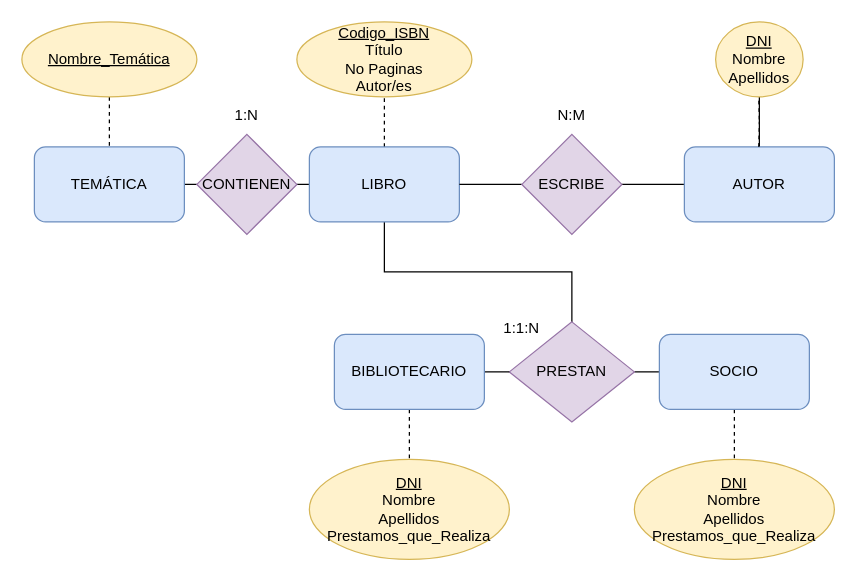
This is Ejercicio3_Tema1.drawio from antonionavarro04/diagramas, a draw.io file, before an edit. Source tidied: cells renumbered, new cells numbered last; positions are measured from the earlier drawing's top-left corner, leaving out a move shared by most shapes. Both pictures are drawn from the tidied source at 125%, with x=0, y=0 at pixel (21, 21).
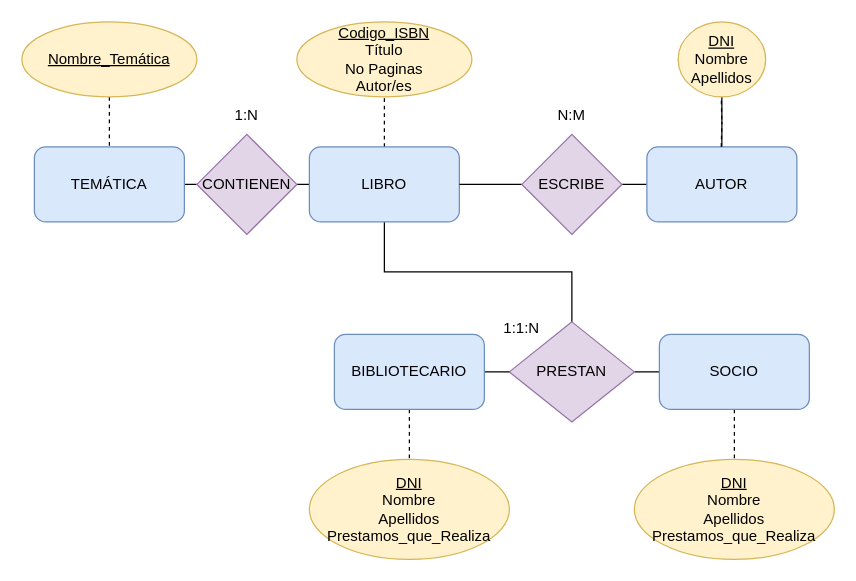
Above is the later version.

The change refers to these unchanged cells:
```xml
<mxCell id="10" value="ESCRIBE" style="rhombus;whiteSpace=wrap;html=1;fillColor=#e1d5e7;strokeColor=#9673a6;rounded=0;" parent="1" vertex="1">
  <mxGeometry x="400" y="90" width="80" height="80" as="geometry" />
</mxCell>
```

Change to the diagram source:
```diff
@@
+    <mxCell id="3" style="edgeStyle=orthogonalEdgeStyle;rounded=0;jettySize=auto;html=1;exitX=0.5;exitY=0;exitDx=0;exitDy=0;entryX=0.5;entryY=1;entryDx=0;entryDy=0;endArrow=none;endFill=0;" parent="1" edge="1" source="4" target="23">
+      <mxGeometry relative="1" as="geometry" />
+    </mxCell>
-    <mxCell id="2" style="edgeStyle=orthogonalEdgeStyle;rounded=0;jettySize=auto;html=1;exitX=0;exitY=0.5;exitDx=0;exitDy=0;entryX=1;entryY=0.5;entryDx=0;entryDy=0;endArrow=none;endFill=0;" parent="1" edge="1" source="4" target="10">
+    <mxCell id="2" style="edgeStyle=orthogonalEdgeStyle;jettySize=auto;html=1;exitX=0;exitY=0.5;exitDx=0;exitDy=0;entryX=1;entryY=0.5;entryDx=0;entryDy=0;endArrow=none;endFill=0;" parent="1" edge="1" source="4" target="10">
       <mxGeometry relative="1" as="geometry" />
     </mxCell>
-    <mxCell id="3" style="edgeStyle=orthogonalEdgeStyle;rounded=0;jettySize=auto;html=1;exitX=0.5;exitY=0;exitDx=0;exitDy=0;entryX=0.5;entryY=1;entryDx=0;entryDy=0;endArrow=none;endFill=0;" parent="1" edge="1" source="4" target="23">
-      <mxGeometry relative="1" as="geometry" />
-    </mxCell>
     <mxCell id="4" value="AUTOR" style="rounded=1;whiteSpace=wrap;html=1;fillColor=#dae8fc;strokeColor=#6c8ebf;gradientColor=none;" parent="1" vertex="1">
-      <mxGeometry x="530" y="100" width="120" height="60" as="geometry" />
+      <mxGeometry x="500" y="100" width="120" height="60" as="geometry" />
     </mxCell>
@@
     <mxCell id="23" value="&lt;u&gt;DNI&lt;/u&gt;&lt;br&gt;Nombre&lt;br&gt;Apellidos" style="ellipse;whiteSpace=wrap;html=1;fillColor=#fff2cc;strokeColor=#d6b656;rounded=0;" parent="1" vertex="1">
-      <mxGeometry x="555" width="70" height="60" as="geometry" />
+      <mxGeometry x="525" width="70" height="60" as="geometry" />
     </mxCell>
     <mxCell id="24" style="edgeStyle=orthogonalEdgeStyle;rounded=0;orthogonalLoop=1;jettySize=auto;html=1;exitX=0.5;exitY=0;exitDx=0;exitDy=0;entryX=0.5;entryY=1;entryDx=0;entryDy=0;endArrow=none;endFill=0;dashed=1;" parent="1" edge="1">
       <mxGeometry relative="1" as="geometry">
-        <mxPoint x="589.5" y="100" as="sourcePoint" />
-        <mxPoint x="589.5" y="60" as="targetPoint" />
+        <mxPoint x="559.5" y="100" as="sourcePoint" />
+        <mxPoint x="559.5" y="60" as="targetPoint" />
       </mxGeometry>
     </mxCell>
```
